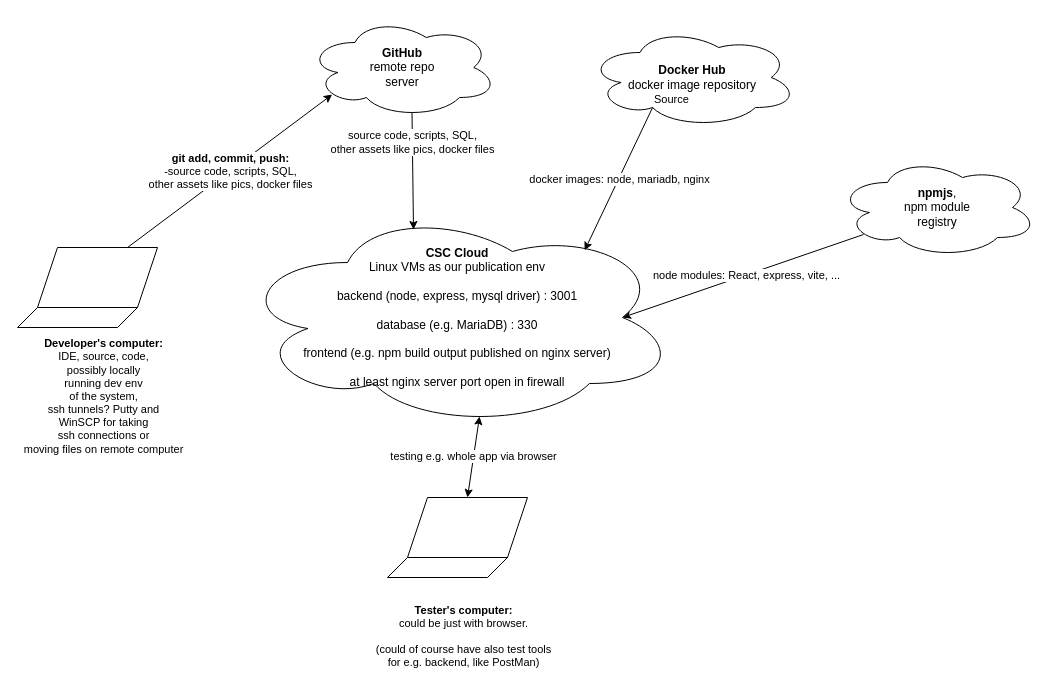
Before: 01_docker/BusinessCaseForDockerCompose.drawio in haagahelia/ohke-teknologiat, a draw.io diagram. Source tidied: cells renumbered, new cells numbered last; positions are measured from the earlier drawing's top-left corner, leaving out a move shared by most shapes. Both pictures are drawn from the tidied source at 100%, with x=0, y=0 at pixel (17, 17).
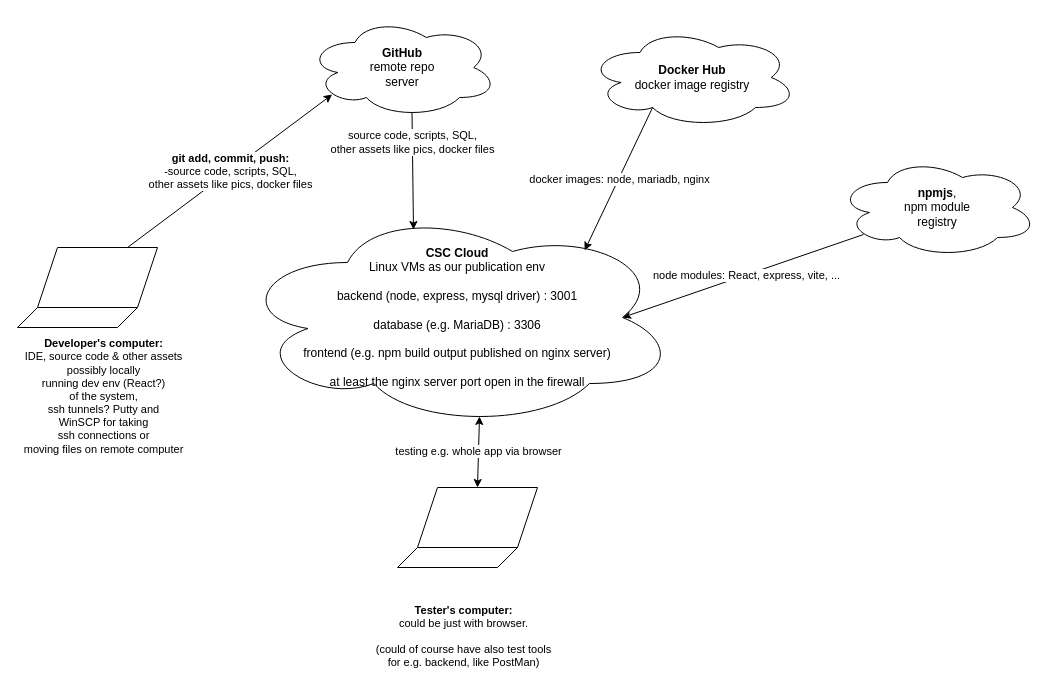
The same page after the edit.

Unchanged cells that the change refers to:
```xml
<mxCell id="15" style="endArrow=classic;html=1;rounded=0;exitX=0.31;exitY=0.8;exitDx=0;exitDy=0;exitPerimeter=0;entryX=0.789;entryY=0.195;entryDx=0;entryDy=0;entryPerimeter=0;" parent="1" edge="1" source="5" target="7">
  <mxGeometry relative="1" as="geometry" />
</mxCell>
```

Change to the diagram source:
```diff
@@
-    <mxCell id="5" value="&lt;b&gt;Docker Hub&lt;/b&gt;&lt;br&gt;docker image repository" style="ellipse;shape=cloud;whiteSpace=wrap;html=1;" parent="1" vertex="1">
+    <mxCell id="5" value="&lt;b&gt;Docker Hub&lt;/b&gt;&lt;br&gt;docker image registry" style="ellipse;shape=cloud;whiteSpace=wrap;html=1;" parent="1" vertex="1">
       <mxGeometry x="570" y="10" width="210" height="100" as="geometry" />
     </mxCell>
@@
-    <mxCell id="7" value="&lt;b&gt;CSC Cloud&lt;/b&gt;&lt;br&gt;Linux VMs as our publication env&lt;br&gt;&lt;br&gt;backend (node, express, mysql driver) : 3001&lt;br&gt;&lt;br&gt;database (e.g. MariaDB) : 330&lt;br&gt;&lt;br&gt;frontend (e.g. npm build output published on nginx server)&lt;br&gt;&lt;br&gt;at least nginx server port open in firewall" style="ellipse;shape=cloud;whiteSpace=wrap;html=1;" parent="1" vertex="1">
+    <mxCell id="7" value="&lt;b&gt;CSC Cloud&lt;/b&gt;&lt;br&gt;Linux VMs as our publication env&lt;br&gt;&lt;br&gt;backend (node, express, mysql driver) : 3001&lt;br&gt;&lt;br&gt;database (e.g. MariaDB) : 3306&lt;br&gt;&lt;br&gt;frontend (e.g. npm build output published on nginx server)&lt;br&gt;&lt;br&gt;at least the nginx server port open in the firewall" style="ellipse;shape=cloud;whiteSpace=wrap;html=1;" parent="1" vertex="1">
       <mxGeometry x="220" y="190" width="440" height="220" as="geometry" />
     </mxCell>
@@
     <mxCell id="11" style="group;" parent="1" vertex="1">
-      <mxGeometry x="370" y="480" width="140" height="80" as="geometry" />
+      <mxGeometry x="380" y="470" width="140" height="80" as="geometry" />
     </mxCell>
@@
-    <mxCell id="17" value="Source" style="edgeLabel;html=1;align=left;verticalAlign=bottom;" parent="15" vertex="1">
-      <mxGeometry x="-1" relative="1" as="geometry" />
-    </mxCell>
@@
-    <mxCell id="20" value="&lt;b&gt;Developer's computer:&lt;br&gt;&lt;/b&gt;IDE, source, code,&lt;br&gt;possibly locally&lt;br&gt;running dev env&lt;br&gt;of the system,&lt;br&gt;ssh tunnels? Putty and&lt;br&gt;WinSCP for taking&lt;br&gt;ssh connections or&lt;br&gt;moving files on remote computer" style="edgeLabel;html=1;align=center;verticalAlign=middle;spacingTop=0;spacing=12;" parent="1" vertex="1">
+    <mxCell id="20" value="&lt;b&gt;Developer's computer:&lt;br&gt;&lt;/b&gt;IDE, source code &amp;amp; other assets&lt;br&gt;possibly locally&lt;br&gt;running dev env (React?)&lt;br&gt;of the system,&lt;br&gt;ssh tunnels? Putty and&lt;br&gt;WinSCP for taking&lt;br&gt;ssh connections or&lt;br&gt;moving files on remote computer" style="edgeLabel;html=1;align=center;verticalAlign=middle;spacingTop=0;spacing=12;" parent="1" vertex="1">
       <mxGeometry x="80" y="380" as="geometry">
         <mxPoint x="5" y="-2" as="offset" />
       </mxGeometry>
     </mxCell>
```
